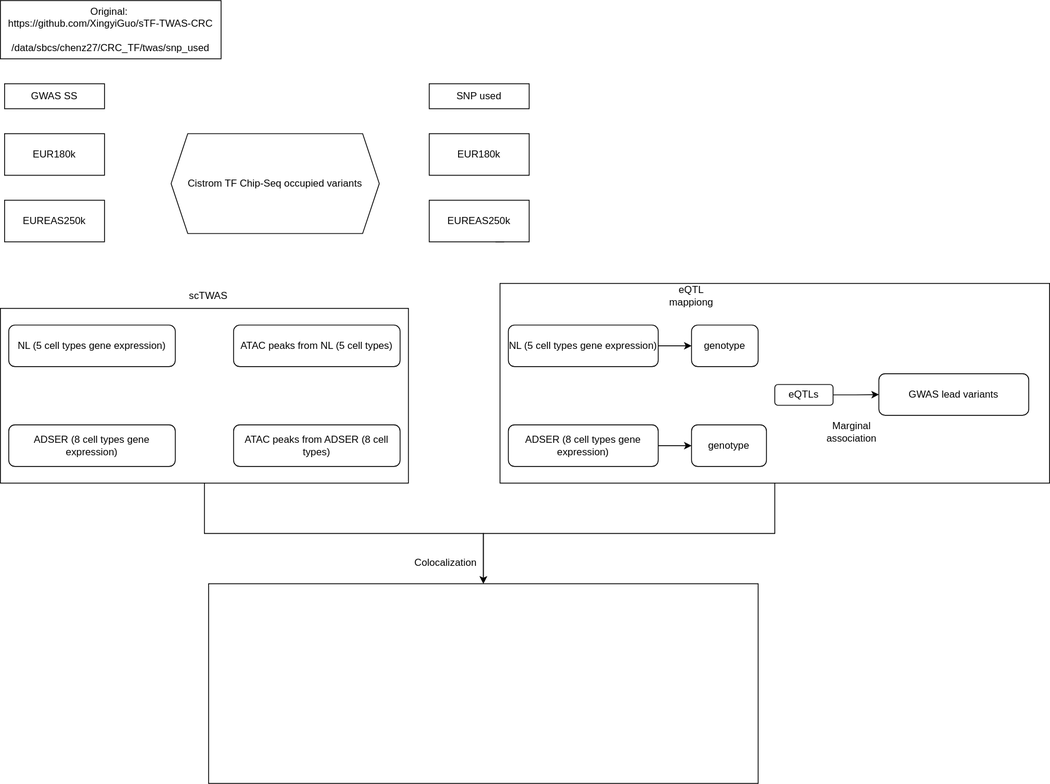
This is scTWAS_in_CRC.drawio.svg from liqingbioinfo/bioworkflows, a draw.io export, as it was before one commit. Source tidied: cells renumbered, new cells last; positions are measured from the earlier drawing's top-left corner, leaving out a move shared by most shapes.
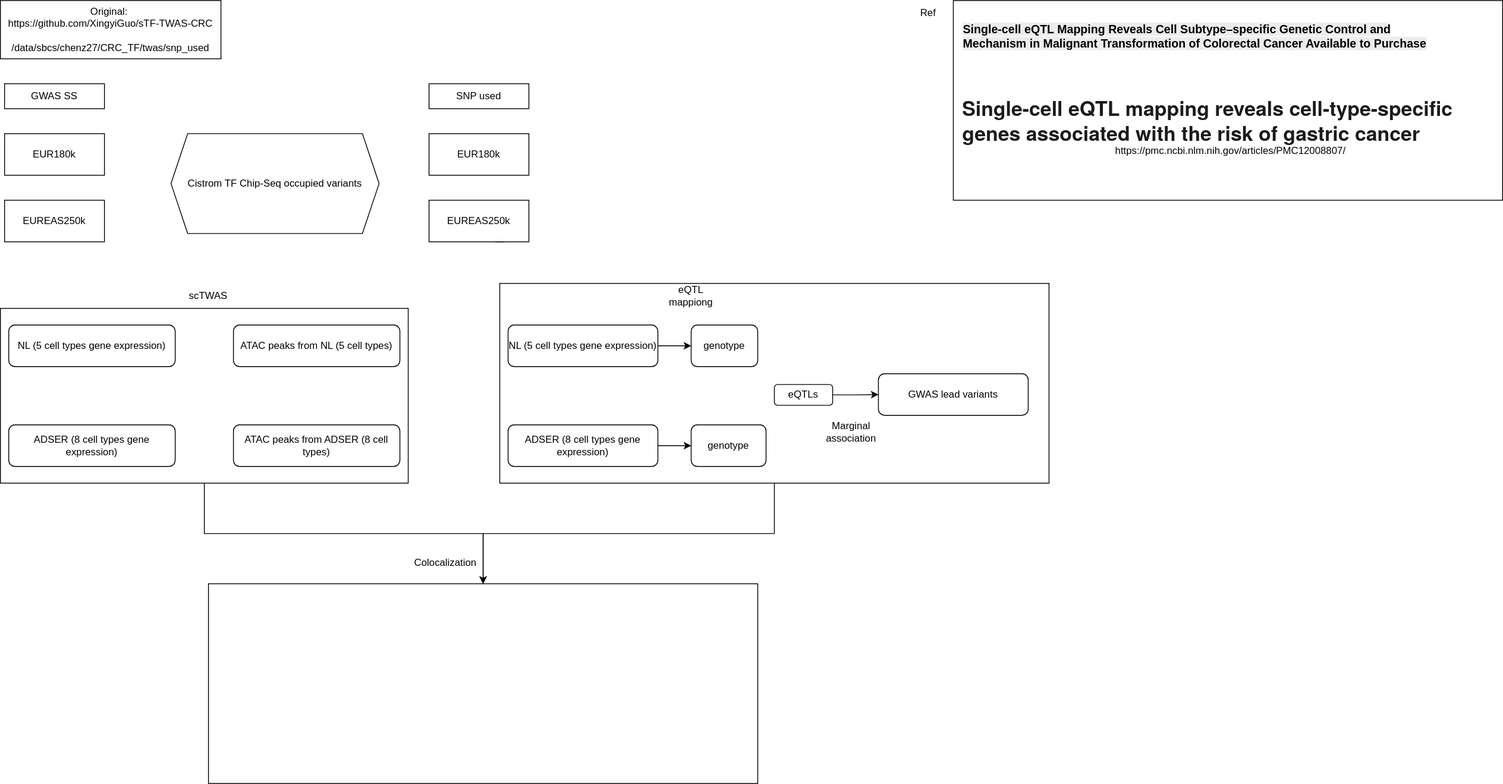
Later version of the same file.

Diff of the diagram source:
```diff
@@ -97,5 +97,17 @@
     <mxCell id="32" style="rounded=0;whiteSpace=wrap;html=1;fillColor=none;" parent="1" vertex="1">
       <mxGeometry x="250" y="701" width="660" height="240" as="geometry" />
     </mxCell>
+    <mxCell id="33" style="rounded=0;whiteSpace=wrap;html=1;fillColor=none;" parent="1" vertex="1">
+      <mxGeometry x="1145" width="660" height="240" as="geometry" />
+    </mxCell>
+    <mxCell id="34" value="Ref" style="text;html=1;whiteSpace=wrap;strokeColor=none;fillColor=none;align=center;verticalAlign=middle;rounded=0;" parent="1" vertex="1">
+      <mxGeometry x="1085" width="60" height="30" as="geometry" />
+    </mxCell>
+    <mxCell id="35" value="&lt;h3&gt;&lt;br&gt;&lt;br&gt;&lt;/h3&gt;&lt;h3 style=&quot;box-sizing: inherit; font-size-adjust: inherit; font-size: 18.1462pt; margin: 0px; line-height: 22.5pt; font-family: &amp;quot;Source Sans Pro Web&amp;quot;, &amp;quot;Helvetica Neue&amp;quot;, Bahnschrift, Roboto, &amp;quot;Noto Sans&amp;quot;, sans-serif; font-weight: 700; letter-spacing: normal; color: light-dark(rgb(27, 27, 27), rgb(214, 214, 214)); font-style: normal; font-variant-ligatures: normal; font-variant-caps: normal; orphans: 2; text-align: start; text-indent: 0px; text-transform: none; widows: 2; word-spacing: 0px; -webkit-text-stroke-width: 0px; white-space: normal; background-color: light-dark(rgb(255, 255, 255), rgb(18, 18, 18)); text-decoration-thickness: initial; text-decoration-style: initial; text-decoration-color: initial;&quot;&gt;Single-cell eQTL mapping reveals cell-type-specific genes associated with the risk of gastric cancer&lt;/h3&gt;&lt;div&gt;https://pmc.ncbi.nlm.nih.gov/articles/PMC12008807/&amp;nbsp;&lt;/div&gt;" style="text;html=1;whiteSpace=wrap;strokeColor=none;fillColor=none;align=center;verticalAlign=middle;rounded=0;" parent="1" vertex="1">
+      <mxGeometry x="1155" y="105" width="650" height="30" as="geometry" />
+    </mxCell>
+    <mxCell id="36" value="&lt;span style=&quot;color: rgb(0, 0, 0); font-family: Helvetica; font-size: 14px; font-style: normal; font-variant-ligatures: normal; font-variant-caps: normal; font-weight: 700; letter-spacing: normal; orphans: 2; text-align: left; text-indent: 0px; text-transform: none; widows: 2; word-spacing: 0px; -webkit-text-stroke-width: 0px; white-space: normal; background-color: rgb(236, 236, 236); text-decoration-thickness: initial; text-decoration-style: initial; text-decoration-color: initial; display: inline !important; float: none;&quot;&gt;Single-cell eQTL Mapping Reveals Cell Subtype–specific Genetic Control and Mechanism in Malignant Transformation of Colorectal Cancer Available to Purchase&lt;/span&gt;" style="text;whiteSpace=wrap;html=1;" parent="1" vertex="1">
+      <mxGeometry x="1155" y="20" width="560" height="85" as="geometry" />
+    </mxCell>
   </root>
 </mxGraphModel>
```
